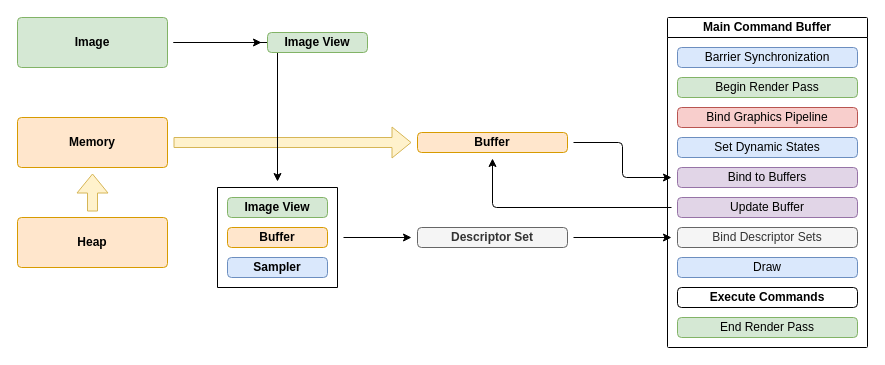
Before: page "Page-1" (1 of 3) of docs/architecture.drawio in krummja/Simulacrum, a draw.io diagram. Source tidied: cells renumbered, new cells numbered last; positions are measured from the earlier drawing's top-left corner, leaving out a move shared by most shapes. Both pictures are drawn from the tidied source at 100%, with x=0, y=0 at pixel (17, 17).
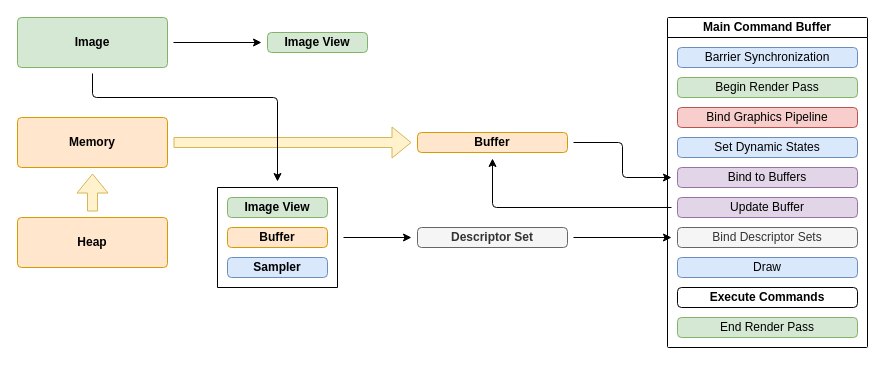
The same page after the edit.

The change refers to these unchanged cells:
```xml
<mxCell id="24" value="Image" style="rounded=1;whiteSpace=wrap;html=1;strokeColor=#82b366;align=center;verticalAlign=middle;fontFamily=Operator Mono Light;fontSize=12;fillColor=#d5e8d4;absoluteArcSize=1;arcSize=8;fontStyle=1;" parent="1" vertex="1">
  <mxGeometry width="150" height="50" as="geometry" />
</mxCell>
<mxCell id="27" style="swimlane;startSize=0;rounded=0;strokeColor=default;align=center;verticalAlign=middle;fontFamily=Operator Mono Light;fontSize=12;fontColor=default;labelBackgroundColor=default;fillColor=default;swimlaneFillColor=none;" parent="1" vertex="1">
  <mxGeometry x="200" y="170" width="120" height="100" as="geometry" />
</mxCell>
```

The edit, as a diff of the source:
```diff
@@
-    <mxCell id="23" style="edgeStyle=orthogonalEdgeStyle;shape=connector;curved=0;rounded=1;jettySize=auto;html=1;strokeColor=default;align=center;verticalAlign=middle;arcSize=8;fontFamily=Operator Mono Light;fontSize=12;fontColor=default;labelBackgroundColor=default;endArrow=classic;sourcePerimeterSpacing=6;targetPerimeterSpacing=6;" parent="1" edge="1" source="24" target="27">
-      <mxGeometry relative="1" as="geometry" />
+    <mxCell id="23" style="edgeStyle=orthogonalEdgeStyle;shape=connector;curved=0;rounded=1;jettySize=auto;html=1;strokeColor=default;align=center;verticalAlign=middle;arcSize=8;fontFamily=Operator Mono Light;fontSize=12;fontColor=default;labelBackgroundColor=default;endArrow=classic;sourcePerimeterSpacing=6;targetPerimeterSpacing=6;sourcePortConstraint=south;targetPortConstraint=north;" parent="1" edge="1" source="24" target="27">
+      <mxGeometry relative="1" as="geometry">
+        <Array as="points">
+          <mxPoint x="75" y="80" />
+          <mxPoint x="260" y="80" />
+        </Array>
+      </mxGeometry>
     </mxCell>
```
